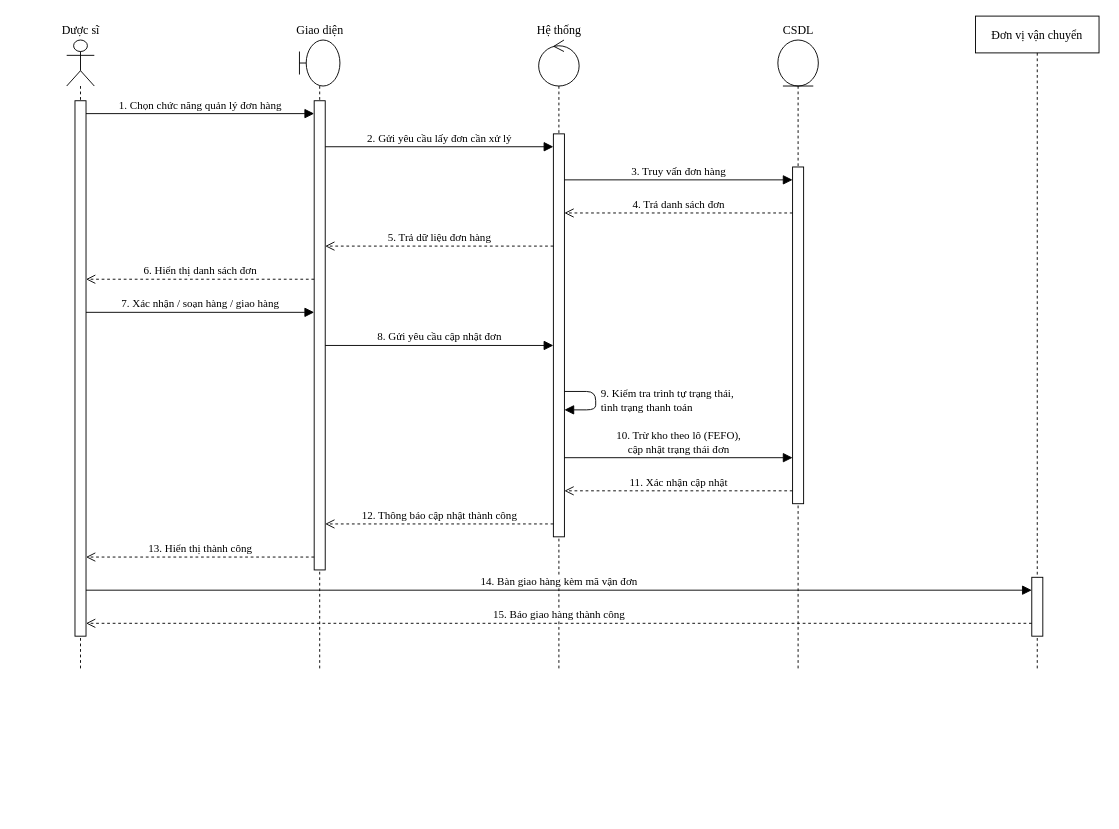
ngocanh82205/Hieuthuoc keeps this draw.io diagram as docs/drawio/tuan-tu-don-gian/sd07-xu-ly-don.drawio. Above is the earlier version. Source tidied: cells renumbered, new cells numbered last; positions are measured from the earlier drawing's top-left corner, leaving out a move shared by most shapes. Both pictures are drawn from the tidied source at 92%, with x=0, y=0 at pixel (66, 16).
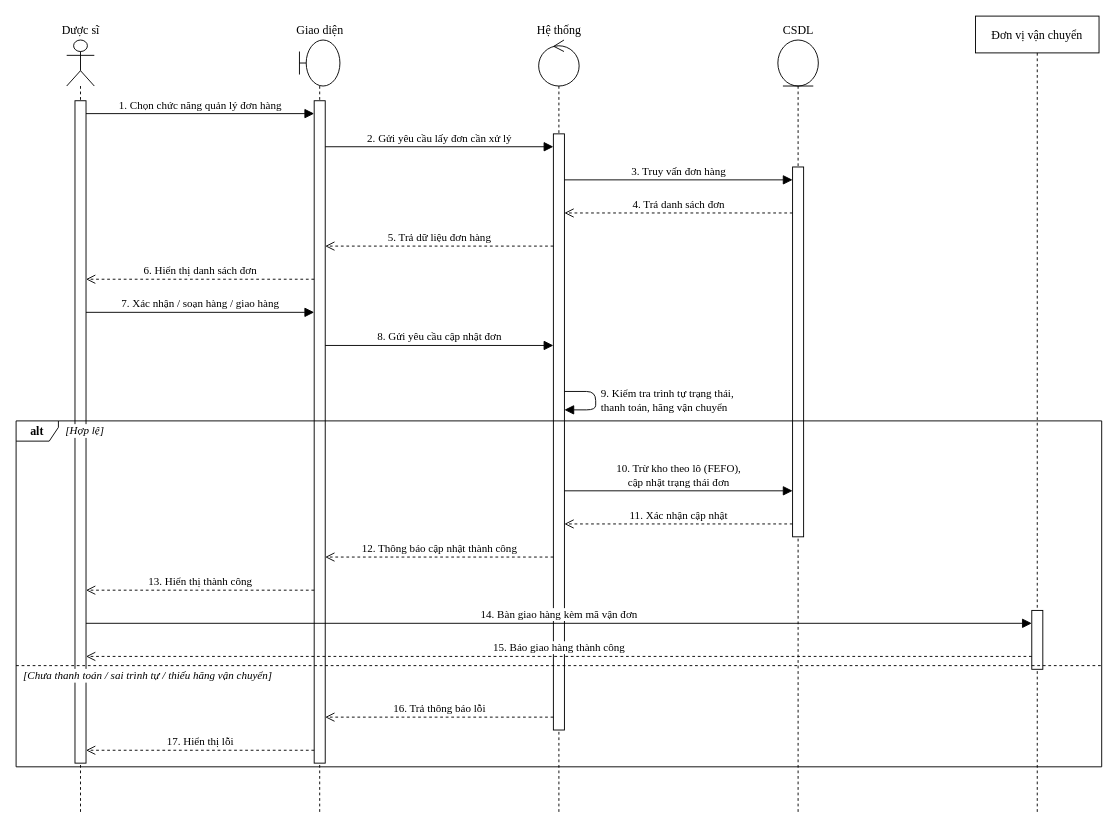
The same page after the edit.

Diff of the diagram source:
```diff
@@
     <mxCell id="2" value="Dược sĩ" style="shape=umlLifeline;perimeter=lifelinePerimeter;participant=umlActor;whiteSpace=nowrap;html=1;verticalAlign=bottom;labelPosition=center;verticalLabelPosition=top;align=center;size=50;fontFamily=Times New Roman;fontSize=13;fillColor=#ffffff;strokeColor=#000000;" parent="1" vertex="1">
-      <mxGeometry y="26" width="30" height="684" as="geometry" />
+      <mxGeometry y="26" width="30" height="840" as="geometry" />
     </mxCell>
     <mxCell id="3" value="Giao diện" style="shape=umlLifeline;perimeter=lifelinePerimeter;participant=umlBoundary;whiteSpace=nowrap;html=1;verticalAlign=bottom;labelPosition=center;verticalLabelPosition=top;align=center;size=50;fontFamily=Times New Roman;fontSize=13;fillColor=#ffffff;strokeColor=#000000;" parent="1" vertex="1">
-      <mxGeometry x="253" y="26" width="44" height="684" as="geometry" />
+      <mxGeometry x="253" y="26" width="44" height="840" as="geometry" />
     </mxCell>
     <mxCell id="4" value="Hệ thống" style="shape=umlLifeline;perimeter=lifelinePerimeter;participant=umlControl;whiteSpace=nowrap;html=1;verticalAlign=bottom;labelPosition=center;verticalLabelPosition=top;align=center;size=50;fontFamily=Times New Roman;fontSize=13;fillColor=#ffffff;strokeColor=#000000;" parent="1" vertex="1">
-      <mxGeometry x="513" y="26" width="44" height="684" as="geometry" />
+      <mxGeometry x="513" y="26" width="44" height="840" as="geometry" />
     </mxCell>
     <mxCell id="5" value="CSDL" style="shape=umlLifeline;perimeter=lifelinePerimeter;participant=umlEntity;whiteSpace=nowrap;html=1;verticalAlign=bottom;labelPosition=center;verticalLabelPosition=top;align=center;size=50;fontFamily=Times New Roman;fontSize=13;fillColor=#ffffff;strokeColor=#000000;" parent="1" vertex="1">
-      <mxGeometry x="773" y="26" width="44" height="684" as="geometry" />
+      <mxGeometry x="773" y="26" width="44" height="840" as="geometry" />
     </mxCell>
     <mxCell id="6" value="Đơn vị vận chuyển" style="shape=umlLifeline;perimeter=lifelinePerimeter;whiteSpace=wrap;html=1;size=40;fontFamily=Times New Roman;fontSize=13;fillColor=#ffffff;strokeColor=#000000;" parent="1" vertex="1">
-      <mxGeometry x="987.8" width="134.3" height="710" as="geometry" />
+      <mxGeometry x="987.8" width="134.3" height="866" as="geometry" />
     </mxCell>
     <mxCell id="7" style="html=1;perimeter=orthogonalPerimeter;fillColor=#ffffff;strokeColor=#000000;" parent="1" vertex="1">
-      <mxGeometry x="9" y="92" width="12" height="582" as="geometry" />
+      <mxGeometry x="9" y="92" width="12" height="720" as="geometry" />
     </mxCell>
     <mxCell id="8" style="html=1;perimeter=orthogonalPerimeter;fillColor=#ffffff;strokeColor=#000000;" parent="1" vertex="1">
-      <mxGeometry x="269" y="92" width="12" height="510" as="geometry" />
+      <mxGeometry x="269" y="92" width="12" height="720" as="geometry" />
     </mxCell>
     <mxCell id="9" style="html=1;perimeter=orthogonalPerimeter;fillColor=#ffffff;strokeColor=#000000;" parent="1" vertex="1">
-      <mxGeometry x="529" y="128" width="12" height="438" as="geometry" />
+      <mxGeometry x="529" y="128" width="12" height="648" as="geometry" />
     </mxCell>
     <mxCell id="10" style="html=1;perimeter=orthogonalPerimeter;fillColor=#ffffff;strokeColor=#000000;" parent="1" vertex="1">
-      <mxGeometry x="789" y="164" width="12" height="366" as="geometry" />
+      <mxGeometry x="789" y="164" width="12" height="402" as="geometry" />
     </mxCell>
     <mxCell id="11" style="html=1;perimeter=orthogonalPerimeter;fillColor=#ffffff;strokeColor=#000000;" parent="1" vertex="1">
-      <mxGeometry x="1049" y="610" width="12" height="64" as="geometry" />
+      <mxGeometry x="1049" y="646" width="12" height="64" as="geometry" />
     </mxCell>
-    <mxCell id="12" value="1. Chọn chức năng quản lý đơn hàng" style="html=1;verticalAlign=bottom;fontFamily=Times New Roman;fontSize=13;fontSize=12;strokeColor=#000000;labelBackgroundColor=#ffffff;endArrow=block;endFill=1;endSize=8;" parent="1" edge="1">
-      <mxGeometry relative="1" as="geometry">
-        <mxPoint x="21" y="106" as="sourcePoint" />
-        <mxPoint x="269" y="106" as="targetPoint" />
-      </mxGeometry>
-    </mxCell>
-    <mxCell id="13" value="2. Gửi yêu cầu lấy đơn cần xử lý" style="html=1;verticalAlign=bottom;fontFamily=Times New Roman;fontSize=13;fontSize=12;strokeColor=#000000;labelBackgroundColor=#ffffff;endArrow=block;endFill=1;endSize=8;" parent="1" edge="1">
-      <mxGeometry relative="1" as="geometry">
-        <mxPoint x="281" y="142" as="sourcePoint" />
-        <mxPoint x="529" y="142" as="targetPoint" />
-      </mxGeometry>
-    </mxCell>
+    <mxCell id="27" value="alt" style="shape=umlFrame;whiteSpace=wrap;html=1;width=46;height=22;fontStyle=1;fontFamily=Times New Roman;fontSize=13;strokeColor=#000000;fillColor=none;" parent="1" vertex="1">
+      <mxGeometry x="-55" y="440" width="1180" height="376" as="geometry" />
+    </mxCell>
+    <mxCell id="28" value="[Hợp lệ]" style="text;html=1;align=left;verticalAlign=middle;fontFamily=Times New Roman;fontSize=13;fontSize=12;fontStyle=2;labelBackgroundColor=#ffffff;" parent="1" vertex="1">
+      <mxGeometry x="-3" y="441" width="77.8" height="20" as="geometry" />
+    </mxCell>
-    <mxCell id="14" value="3. Truy vấn đơn hàng" style="html=1;verticalAlign=bottom;fontFamily=Times New Roman;fontSize=13;fontSize=12;strokeColor=#000000;labelBackgroundColor=#ffffff;endArrow=block;endFill=1;endSize=8;" parent="1" edge="1">
+    <mxCell id="14" style="html=1;endArrow=none;dashed=1;strokeColor=#000000;" parent="1" edge="1">
       <mxGeometry relative="1" as="geometry">
-        <mxPoint x="541" y="178" as="sourcePoint" />
-        <mxPoint x="789" y="178" as="targetPoint" />
+        <mxPoint x="-55" y="706" as="sourcePoint" />
+        <mxPoint x="1125" y="706" as="targetPoint" />
       </mxGeometry>
     </mxCell>
-    <mxCell id="15" value="4. Trả danh sách đơn" style="html=1;verticalAlign=bottom;fontFamily=Times New Roman;fontSize=13;fontSize=12;strokeColor=#000000;labelBackgroundColor=#ffffff;dashed=1;endArrow=open;endSize=8;" parent="1" edge="1">
-      <mxGeometry relative="1" as="geometry">
-        <mxPoint x="789" y="214" as="sourcePoint" />
-        <mxPoint x="541" y="214" as="targetPoint" />
-      </mxGeometry>
-    </mxCell>
+    <mxCell id="29" value="[Chưa thanh toán / sai trình tự / thiếu hãng vận chuyển]" style="text;html=1;align=left;verticalAlign=middle;fontFamily=Times New Roman;fontSize=13;fontSize=12;fontStyle=2;labelBackgroundColor=#ffffff;" parent="1" vertex="1">
+      <mxGeometry x="-49" y="707" width="411.8" height="20" as="geometry" />
+    </mxCell>
-    <mxCell id="16" value="5. Trả dữ liệu đơn hàng" style="html=1;verticalAlign=bottom;fontFamily=Times New Roman;fontSize=13;fontSize=12;strokeColor=#000000;labelBackgroundColor=#ffffff;dashed=1;endArrow=open;endSize=8;" parent="1" edge="1">
+    <mxCell id="16" value="1. Chọn chức năng quản lý đơn hàng" style="html=1;verticalAlign=bottom;fontFamily=Times New Roman;fontSize=13;fontSize=12;strokeColor=#000000;labelBackgroundColor=#ffffff;endArrow=block;endFill=1;endSize=8;" parent="1" edge="1">
       <mxGeometry relative="1" as="geometry">
-        <mxPoint x="529" y="250" as="sourcePoint" />
-        <mxPoint x="281" y="250" as="targetPoint" />
+        <mxPoint x="21" y="106" as="sourcePoint" />
+        <mxPoint x="269" y="106" as="targetPoint" />
       </mxGeometry>
     </mxCell>
-    <mxCell id="17" value="6. Hiển thị danh sách đơn" style="html=1;verticalAlign=bottom;fontFamily=Times New Roman;fontSize=13;fontSize=12;strokeColor=#000000;labelBackgroundColor=#ffffff;dashed=1;endArrow=open;endSize=8;" parent="1" edge="1">
+    <mxCell id="17" value="2. Gửi yêu cầu lấy đơn cần xử lý" style="html=1;verticalAlign=bottom;fontFamily=Times New Roman;fontSize=13;fontSize=12;strokeColor=#000000;labelBackgroundColor=#ffffff;endArrow=block;endFill=1;endSize=8;" parent="1" edge="1">
       <mxGeometry relative="1" as="geometry">
-        <mxPoint x="269" y="286" as="sourcePoint" />
-        <mxPoint x="21" y="286" as="targetPoint" />
+        <mxPoint x="281" y="142" as="sourcePoint" />
+        <mxPoint x="529" y="142" as="targetPoint" />
       </mxGeometry>
     </mxCell>
-    <mxCell id="18" value="7. Xác nhận / soạn hàng / giao hàng" style="html=1;verticalAlign=bottom;fontFamily=Times New Roman;fontSize=13;fontSize=12;strokeColor=#000000;labelBackgroundColor=#ffffff;endArrow=block;endFill=1;endSize=8;" parent="1" edge="1">
+    <mxCell id="18" value="3. Truy vấn đơn hàng" style="html=1;verticalAlign=bottom;fontFamily=Times New Roman;fontSize=13;fontSize=12;strokeColor=#000000;labelBackgroundColor=#ffffff;endArrow=block;endFill=1;endSize=8;" parent="1" edge="1">
       <mxGeometry relative="1" as="geometry">
-        <mxPoint x="21" y="322" as="sourcePoint" />
-        <mxPoint x="269" y="322" as="targetPoint" />
+        <mxPoint x="541" y="178" as="sourcePoint" />
+        <mxPoint x="789" y="178" as="targetPoint" />
       </mxGeometry>
     </mxCell>
-    <mxCell id="19" value="8. Gửi yêu cầu cập nhật đơn" style="html=1;verticalAlign=bottom;fontFamily=Times New Roman;fontSize=13;fontSize=12;strokeColor=#000000;labelBackgroundColor=#ffffff;endArrow=block;endFill=1;endSize=8;" parent="1" edge="1">
+    <mxCell id="19" value="4. Trả danh sách đơn" style="html=1;verticalAlign=bottom;fontFamily=Times New Roman;fontSize=13;fontSize=12;strokeColor=#000000;labelBackgroundColor=#ffffff;dashed=1;endArrow=open;endSize=8;" parent="1" edge="1">
       <mxGeometry relative="1" as="geometry">
-        <mxPoint x="281" y="358" as="sourcePoint" />
-        <mxPoint x="529" y="358" as="targetPoint" />
+        <mxPoint x="789" y="214" as="sourcePoint" />
+        <mxPoint x="541" y="214" as="targetPoint" />
       </mxGeometry>
     </mxCell>
-    <mxCell id="20" value="9. Kiểm tra trình tự trạng thái,&lt;br&gt;tình trạng thanh toán" style="html=1;verticalAlign=middle;fontFamily=Times New Roman;fontSize=13;fontSize=12;strokeColor=#000000;labelBackgroundColor=#ffffff;endArrow=block;endFill=1;endSize=8;align=left;spacingLeft=4;" parent="1" edge="1">
+    <mxCell id="20" value="5. Trả dữ liệu đơn hàng" style="html=1;verticalAlign=bottom;fontFamily=Times New Roman;fontSize=13;fontSize=12;strokeColor=#000000;labelBackgroundColor=#ffffff;dashed=1;endArrow=open;endSize=8;" parent="1" edge="1">
       <mxGeometry relative="1" as="geometry">
-        <mxPoint x="541" y="408" as="sourcePoint" />
-        <mxPoint x="541" y="428" as="targetPoint" />
-        <Array as="points">
-          <mxPoint x="575" y="408" />
-          <mxPoint x="575" y="428" />
-        </Array>
+        <mxPoint x="529" y="250" as="sourcePoint" />
+        <mxPoint x="281" y="250" as="targetPoint" />
       </mxGeometry>
     </mxCell>
-    <mxCell id="21" value="10. Trừ kho theo lô (FEFO),&lt;br&gt;cập nhật trạng thái đơn" style="html=1;verticalAlign=bottom;fontFamily=Times New Roman;fontSize=13;fontSize=12;strokeColor=#000000;labelBackgroundColor=#ffffff;endArrow=block;endFill=1;endSize=8;" parent="1" edge="1">
+    <mxCell id="21" value="6. Hiển thị danh sách đơn" style="html=1;verticalAlign=bottom;fontFamily=Times New Roman;fontSize=13;fontSize=12;strokeColor=#000000;labelBackgroundColor=#ffffff;dashed=1;endArrow=open;endSize=8;" parent="1" edge="1">
       <mxGeometry relative="1" as="geometry">
-        <mxPoint x="541" y="480" as="sourcePoint" />
-        <mxPoint x="789" y="480" as="targetPoint" />
+        <mxPoint x="269" y="286" as="sourcePoint" />
+        <mxPoint x="21" y="286" as="targetPoint" />
       </mxGeometry>
     </mxCell>
-    <mxCell id="22" value="11. Xác nhận cập nhật" style="html=1;verticalAlign=bottom;fontFamily=Times New Roman;fontSize=13;fontSize=12;strokeColor=#000000;labelBackgroundColor=#ffffff;dashed=1;endArrow=open;endSize=8;" parent="1" edge="1">
+    <mxCell id="22" value="7. Xác nhận / soạn hàng / giao hàng" style="html=1;verticalAlign=bottom;fontFamily=Times New Roman;fontSize=13;fontSize=12;strokeColor=#000000;labelBackgroundColor=#ffffff;endArrow=block;endFill=1;endSize=8;" parent="1" edge="1">
       <mxGeometry relative="1" as="geometry">
-        <mxPoint x="789" y="516" as="sourcePoint" />
-        <mxPoint x="541" y="516" as="targetPoint" />
+        <mxPoint x="21" y="322" as="sourcePoint" />
+        <mxPoint x="269" y="322" as="targetPoint" />
       </mxGeometry>
     </mxCell>
-    <mxCell id="23" value="12. Thông báo cập nhật thành công" style="html=1;verticalAlign=bottom;fontFamily=Times New Roman;fontSize=13;fontSize=12;strokeColor=#000000;labelBackgroundColor=#ffffff;dashed=1;endArrow=open;endSize=8;" parent="1" edge="1">
+    <mxCell id="23" value="8. Gửi yêu cầu cập nhật đơn" style="html=1;verticalAlign=bottom;fontFamily=Times New Roman;fontSize=13;fontSize=12;strokeColor=#000000;labelBackgroundColor=#ffffff;endArrow=block;endFill=1;endSize=8;" parent="1" edge="1">
       <mxGeometry relative="1" as="geometry">
-        <mxPoint x="529" y="552" as="sourcePoint" />
-        <mxPoint x="281" y="552" as="targetPoint" />
+        <mxPoint x="281" y="358" as="sourcePoint" />
+        <mxPoint x="529" y="358" as="targetPoint" />
       </mxGeometry>
     </mxCell>
-    <mxCell id="24" value="13. Hiển thị thành công" style="html=1;verticalAlign=bottom;fontFamily=Times New Roman;fontSize=13;fontSize=12;strokeColor=#000000;labelBackgroundColor=#ffffff;dashed=1;endArrow=open;endSize=8;" parent="1" edge="1">
+    <mxCell id="24" value="9. Kiểm tra trình tự trạng thái,&lt;br&gt;thanh toán, hãng vận chuyển" style="html=1;verticalAlign=middle;fontFamily=Times New Roman;fontSize=13;fontSize=12;strokeColor=#000000;labelBackgroundColor=#ffffff;endArrow=block;endFill=1;endSize=8;align=left;spacingLeft=4;" parent="1" edge="1">
       <mxGeometry relative="1" as="geometry">
-        <mxPoint x="269" y="588" as="sourcePoint" />
-        <mxPoint x="21" y="588" as="targetPoint" />
+        <mxPoint x="541" y="408" as="sourcePoint" />
+        <mxPoint x="541" y="428" as="targetPoint" />
+        <Array as="points">
+          <mxPoint x="575" y="408" />
+          <mxPoint x="575" y="428" />
+        </Array>
       </mxGeometry>
     </mxCell>
-    <mxCell id="25" value="14. Bàn giao hàng kèm mã vận đơn" style="html=1;verticalAlign=bottom;fontFamily=Times New Roman;fontSize=13;fontSize=12;strokeColor=#000000;labelBackgroundColor=#ffffff;endArrow=block;endFill=1;endSize=8;" parent="1" edge="1">
+    <mxCell id="25" value="10. Trừ kho theo lô (FEFO),&lt;br&gt;cập nhật trạng thái đơn" style="html=1;verticalAlign=bottom;fontFamily=Times New Roman;fontSize=13;fontSize=12;strokeColor=#000000;labelBackgroundColor=#ffffff;endArrow=block;endFill=1;endSize=8;" parent="1" edge="1">
       <mxGeometry relative="1" as="geometry">
-        <mxPoint x="21" y="624" as="sourcePoint" />
-        <mxPoint x="1049" y="624" as="targetPoint" />
+        <mxPoint x="541" y="516" as="sourcePoint" />
+        <mxPoint x="789" y="516" as="targetPoint" />
       </mxGeometry>
     </mxCell>
-    <mxCell id="26" value="15. Báo giao hàng thành công" style="html=1;verticalAlign=bottom;fontFamily=Times New Roman;fontSize=13;fontSize=12;strokeColor=#000000;labelBackgroundColor=#ffffff;dashed=1;endArrow=open;endSize=8;" parent="1" edge="1">
+    <mxCell id="26" value="11. Xác nhận cập nhật" style="html=1;verticalAlign=bottom;fontFamily=Times New Roman;fontSize=13;fontSize=12;strokeColor=#000000;labelBackgroundColor=#ffffff;dashed=1;endArrow=open;endSize=8;" parent="1" edge="1">
       <mxGeometry relative="1" as="geometry">
-        <mxPoint x="1049" y="660" as="sourcePoint" />
-        <mxPoint x="21" y="660" as="targetPoint" />
+        <mxPoint x="789" y="552" as="sourcePoint" />
+        <mxPoint x="541" y="552" as="targetPoint" />
       </mxGeometry>
     </mxCell>
+    <mxCell id="30" value="12. Thông báo cập nhật thành công" style="html=1;verticalAlign=bottom;fontFamily=Times New Roman;fontSize=13;fontSize=12;strokeColor=#000000;labelBackgroundColor=#ffffff;dashed=1;endArrow=open;endSize=8;" parent="1" edge="1">
+      <mxGeometry relative="1" as="geometry">
+        <mxPoint x="529" y="588" as="sourcePoint" />
+        <mxPoint x="281" y="588" as="targetPoint" />
+      </mxGeometry>
+    </mxCell>
+    <mxCell id="31" value="13. Hiển thị thành công" style="html=1;verticalAlign=bottom;fontFamily=Times New Roman;fontSize=13;fontSize=12;strokeColor=#000000;labelBackgroundColor=#ffffff;dashed=1;endArrow=open;endSize=8;" parent="1" edge="1">
+      <mxGeometry relative="1" as="geometry">
+        <mxPoint x="269" y="624" as="sourcePoint" />
+        <mxPoint x="21" y="624" as="targetPoint" />
+      </mxGeometry>
+    </mxCell>
+    <mxCell id="32" value="14. Bàn giao hàng kèm mã vận đơn" style="html=1;verticalAlign=bottom;fontFamily=Times New Roman;fontSize=13;fontSize=12;strokeColor=#000000;labelBackgroundColor=#ffffff;endArrow=block;endFill=1;endSize=8;" parent="1" edge="1">
+      <mxGeometry relative="1" as="geometry">
+        <mxPoint x="21" y="660" as="sourcePoint" />
+        <mxPoint x="1049" y="660" as="targetPoint" />
+      </mxGeometry>
+    </mxCell>
+    <mxCell id="33" value="15. Báo giao hàng thành công" style="html=1;verticalAlign=bottom;fontFamily=Times New Roman;fontSize=13;fontSize=12;strokeColor=#000000;labelBackgroundColor=#ffffff;dashed=1;endArrow=open;endSize=8;" parent="1" edge="1">
+      <mxGeometry relative="1" as="geometry">
+        <mxPoint x="1049" y="696" as="sourcePoint" />
+        <mxPoint x="21" y="696" as="targetPoint" />
+      </mxGeometry>
+    </mxCell>
+    <mxCell id="34" value="16. Trả thông báo lỗi" style="html=1;verticalAlign=bottom;fontFamily=Times New Roman;fontSize=13;fontSize=12;strokeColor=#000000;labelBackgroundColor=#ffffff;dashed=1;endArrow=open;endSize=8;" parent="1" edge="1">
+      <mxGeometry relative="1" as="geometry">
+        <mxPoint x="529" y="762" as="sourcePoint" />
+        <mxPoint x="281" y="762" as="targetPoint" />
+      </mxGeometry>
+    </mxCell>
+    <mxCell id="35" value="17. Hiển thị lỗi" style="html=1;verticalAlign=bottom;fontFamily=Times New Roman;fontSize=13;fontSize=12;strokeColor=#000000;labelBackgroundColor=#ffffff;dashed=1;endArrow=open;endSize=8;" parent="1" edge="1">
+      <mxGeometry relative="1" as="geometry">
+        <mxPoint x="269" y="798" as="sourcePoint" />
+        <mxPoint x="21" y="798" as="targetPoint" />
+      </mxGeometry>
+    </mxCell>
```
